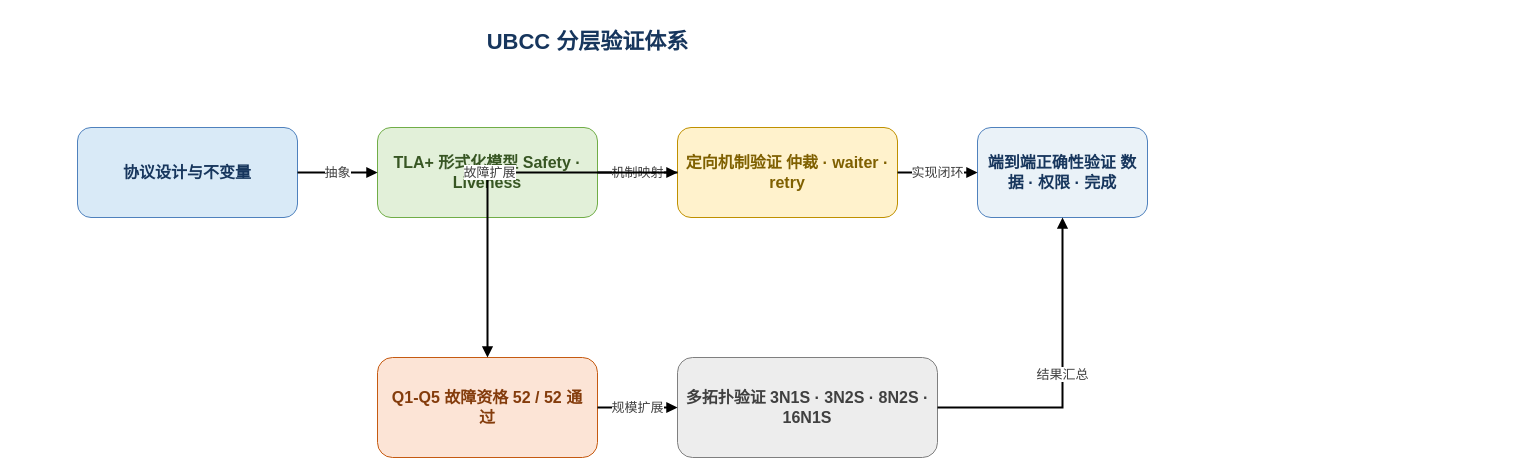
The draw.io diagram docs/design/figures/ubcc-verification-stack.drawio in harumaki-nadeshiko/cc-data, before the edit. Source tidied: cells renumbered, new cells numbered last; positions are measured from the earlier drawing's top-left corner, leaving out a move shared by most shapes. Both pictures are drawn from the tidied source at 100%, with x=0, y=0 at pixel (17, 17).
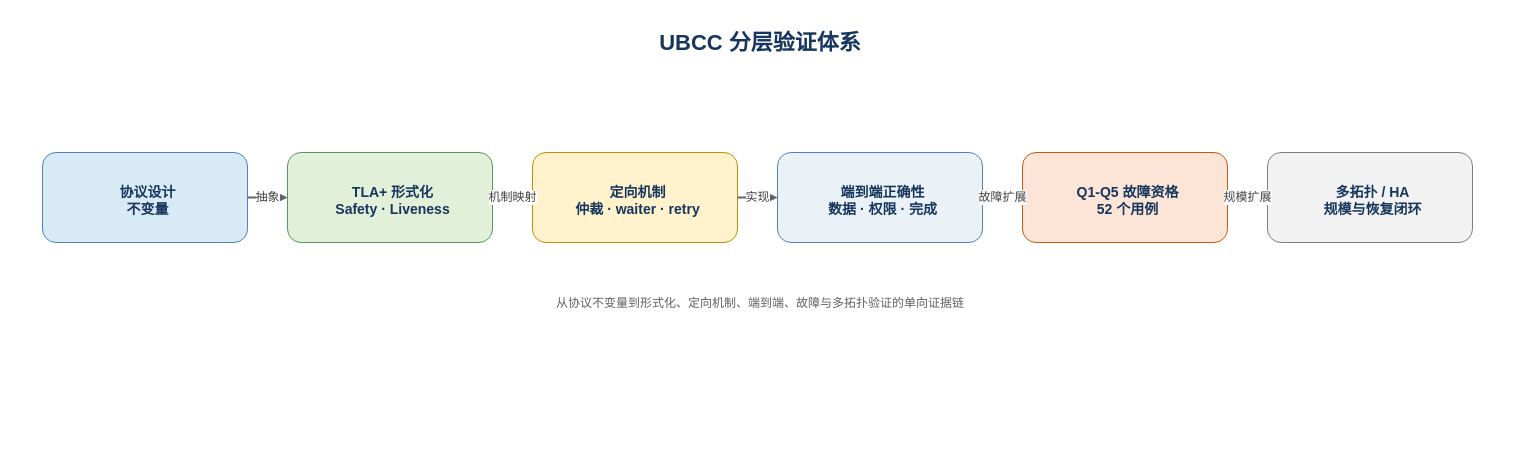
Above is the later version.

Diff of the diagram source:
```diff
@@
-<mxGraphModel>
+<mxGraphModel background="#FFFFFF">
   <root>
     <mxCell id="0" />
     <mxCell id="1" parent="0" />
-    <mxCell id="2" value="UBCC 分层验证体系" style="text;html=1;align=center;verticalAlign=middle;fontSize=22;fontStyle=1;fontColor=#17365D;" parent="1" vertex="1">
-      <mxGeometry width="1140" height="50" as="geometry" />
+    <mxCell id="2" value="UBCC 分层验证体系" style="rounded=0;whiteSpace=wrap;html=1;fillColor=#FFFFFF;strokeColor=none;fontColor=#17365D;fontSize=22;fontStyle=1;fontFamily=Microsoft YaHei;spacing=6;dashed=0;dashPattern=6 4;verticalAlign=middle;align=center;spacingTop=6;spacingLeft=6;" parent="1" vertex="1">
+      <mxGeometry width="1480" height="45" as="geometry" />
     </mxCell>
-    <mxCell id="3" value="协议设计与不变量" style="rounded=1;whiteSpace=wrap;html=1;fillColor=#D9EAF7;strokeColor=#4F81BD;fontColor=#17365D;fontSize=16;fontStyle=1;spacing=8;" parent="1" vertex="1">
-      <mxGeometry x="60" y="110" width="220" height="90" as="geometry" />
-    </mxCell>
-    <mxCell id="4" value="TLA+ 形式化模型 Safety · Liveness" style="rounded=1;whiteSpace=wrap;html=1;fillColor=#E2F0D9;strokeColor=#70AD47;fontColor=#375623;fontSize=16;fontStyle=1;spacing=8;" parent="1" vertex="1">
-      <mxGeometry x="360" y="110" width="220" height="90" as="geometry" />
-    </mxCell>
-    <mxCell id="5" value="定向机制验证 仲裁 · waiter · retry" style="rounded=1;whiteSpace=wrap;html=1;fillColor=#FFF2CC;strokeColor=#BF9000;fontColor=#7F6000;fontSize=16;fontStyle=1;spacing=8;" parent="1" vertex="1">
-      <mxGeometry x="660" y="110" width="220" height="90" as="geometry" />
-    </mxCell>
-    <mxCell id="6" value="端到端正确性验证 数据 · 权限 · 完成" style="rounded=1;whiteSpace=wrap;html=1;fillColor=#EAF2F8;strokeColor=#4F81BD;fontColor=#17365D;fontSize=16;fontStyle=1;spacing=8;" parent="1" vertex="1">
-      <mxGeometry x="960" y="110" width="170" height="90" as="geometry" />
-    </mxCell>
-    <mxCell id="7" value="Q1-Q5 故障资格 52 / 52 通过" style="rounded=1;whiteSpace=wrap;html=1;fillColor=#FCE4D6;strokeColor=#C55A11;fontColor=#843C0C;fontSize=16;fontStyle=1;spacing=8;" parent="1" vertex="1">
-      <mxGeometry x="360" y="340" width="220" height="100" as="geometry" />
-    </mxCell>
-    <mxCell id="8" value="多拓扑验证 3N1S · 3N2S · 8N2S · 16N1S" style="rounded=1;whiteSpace=wrap;html=1;fillColor=#EDEDED;strokeColor=#7F7F7F;fontColor=#404040;fontSize=16;fontStyle=1;spacing=8;" parent="1" vertex="1">
-      <mxGeometry x="660" y="340" width="260" height="100" as="geometry" />
-    </mxCell>
+    <mxCell id="15" value="协议设计&#10;不变量" style="rounded=1;whiteSpace=wrap;html=1;fillColor=#D9EAF7;strokeColor=#4F81BD;fontColor=#17365D;fontSize=14;fontStyle=1;fontFamily=Microsoft YaHei;spacing=6;dashed=0;dashPattern=6 4;verticalAlign=middle;align=center;spacingTop=6;spacingLeft=6;" parent="1" vertex="1">
+      <mxGeometry x="25" y="135" width="205" height="90" as="geometry" />
+    </mxCell>
+    <mxCell id="16" value="TLA+ 形式化&#10;Safety · Liveness" style="rounded=1;whiteSpace=wrap;html=1;fillColor=#E2F0D9;strokeColor=#57965C;fontColor=#17365D;fontSize=14;fontStyle=1;fontFamily=Microsoft YaHei;spacing=6;dashed=0;dashPattern=6 4;verticalAlign=middle;align=center;spacingTop=6;spacingLeft=6;" parent="1" vertex="1">
+      <mxGeometry x="270" y="135" width="205" height="90" as="geometry" />
+    </mxCell>
+    <mxCell id="17" value="定向机制&#10;仲裁 · waiter · retry" style="rounded=1;whiteSpace=wrap;html=1;fillColor=#FFF2CC;strokeColor=#BF9000;fontColor=#17365D;fontSize=14;fontStyle=1;fontFamily=Microsoft YaHei;spacing=6;dashed=0;dashPattern=6 4;verticalAlign=middle;align=center;spacingTop=6;spacingLeft=6;" parent="1" vertex="1">
+      <mxGeometry x="515" y="135" width="205" height="90" as="geometry" />
+    </mxCell>
+    <mxCell id="18" value="端到端正确性&#10;数据 · 权限 · 完成" style="rounded=1;whiteSpace=wrap;html=1;fillColor=#EAF2F8;strokeColor=#4F81BD;fontColor=#17365D;fontSize=14;fontStyle=1;fontFamily=Microsoft YaHei;spacing=6;dashed=0;dashPattern=6 4;verticalAlign=middle;align=center;spacingTop=6;spacingLeft=6;" parent="1" vertex="1">
+      <mxGeometry x="760" y="135" width="205" height="90" as="geometry" />
+    </mxCell>
+    <mxCell id="19" value="Q1-Q5 故障资格&#10;52 个用例" style="rounded=1;whiteSpace=wrap;html=1;fillColor=#FCE4D6;strokeColor=#C55A11;fontColor=#17365D;fontSize=14;fontStyle=1;fontFamily=Microsoft YaHei;spacing=6;dashed=0;dashPattern=6 4;verticalAlign=middle;align=center;spacingTop=6;spacingLeft=6;" parent="1" vertex="1">
+      <mxGeometry x="1005" y="135" width="205" height="90" as="geometry" />
+    </mxCell>
+    <mxCell id="20" value="多拓扑 / HA&#10;规模与恢复闭环" style="rounded=1;whiteSpace=wrap;html=1;fillColor=#F2F2F2;strokeColor=#7F7F7F;fontColor=#17365D;fontSize=14;fontStyle=1;fontFamily=Microsoft YaHei;spacing=6;dashed=0;dashPattern=6 4;verticalAlign=middle;align=center;spacingTop=6;spacingLeft=6;" parent="1" vertex="1">
+      <mxGeometry x="1250" y="135" width="205" height="90" as="geometry" />
+    </mxCell>
+    <mxCell id="21" value="从协议不变量到形式化、定向机制、端到端、故障与多拓扑验证的单向证据链" style="rounded=1;whiteSpace=wrap;html=1;fillColor=#FFFFFF;strokeColor=none;fontColor=#606060;fontSize=12;fontStyle=0;fontFamily=Microsoft YaHei;spacing=6;dashed=0;dashPattern=6 4;verticalAlign=middle;align=center;spacingTop=6;spacingLeft=6;" parent="1" vertex="1">
+      <mxGeometry x="50" y="265" width="1380" height="35" as="geometry" />
+    </mxCell>
-    <mxCell id="9" value="抽象" style="edgeStyle=orthogonalEdgeStyle;rounded=0;jettySize=auto;html=1;strokeWidth=2;endArrow=block;endFill=1;fontSize=13;fontColor=#404040;" parent="1" edge="1" source="3" target="4">
+    <mxCell id="9" value="抽象" style="edgeStyle=orthogonalEdgeStyle;rounded=0;jettySize=auto;html=1;strokeWidth=2.0;strokeColor=#5B6573;dashed=0;dashPattern=6 4;endArrow=block;endFill=1;startArrow=none;startFill=0;fontSize=12;fontColor=#404040;fontFamily=Microsoft YaHei;labelBackgroundColor=#FFFFFF;" parent="1" edge="1" source="15" target="16">
       <mxGeometry relative="1" as="geometry" />
     </mxCell>
-    <mxCell id="10" value="机制映射" style="edgeStyle=orthogonalEdgeStyle;rounded=0;jettySize=auto;html=1;strokeWidth=2;endArrow=block;endFill=1;fontSize=13;fontColor=#404040;" parent="1" edge="1" source="4" target="5">
+    <mxCell id="10" value="机制映射" style="edgeStyle=orthogonalEdgeStyle;rounded=0;jettySize=auto;html=1;strokeWidth=2.0;strokeColor=#5B6573;dashed=0;dashPattern=6 4;endArrow=block;endFill=1;startArrow=none;startFill=0;fontSize=12;fontColor=#404040;fontFamily=Microsoft YaHei;labelBackgroundColor=#FFFFFF;" parent="1" edge="1" source="16" target="17">
       <mxGeometry relative="1" as="geometry" />
     </mxCell>
-    <mxCell id="11" value="实现闭环" style="edgeStyle=orthogonalEdgeStyle;rounded=0;jettySize=auto;html=1;strokeWidth=2;endArrow=block;endFill=1;fontSize=13;fontColor=#404040;" parent="1" edge="1" source="5" target="6">
+    <mxCell id="11" value="实现" style="edgeStyle=orthogonalEdgeStyle;rounded=0;jettySize=auto;html=1;strokeWidth=2.0;strokeColor=#5B6573;dashed=0;dashPattern=6 4;endArrow=block;endFill=1;startArrow=none;startFill=0;fontSize=12;fontColor=#404040;fontFamily=Microsoft YaHei;labelBackgroundColor=#FFFFFF;" parent="1" edge="1" source="17" target="18">
       <mxGeometry relative="1" as="geometry" />
     </mxCell>
-    <mxCell id="12" value="故障扩展" style="edgeStyle=orthogonalEdgeStyle;rounded=0;jettySize=auto;html=1;strokeWidth=2;endArrow=block;endFill=1;fontSize=13;fontColor=#404040;" parent="1" edge="1" source="5" target="7">
+    <mxCell id="12" value="故障扩展" style="edgeStyle=orthogonalEdgeStyle;rounded=0;jettySize=auto;html=1;strokeWidth=2.0;strokeColor=#5B6573;dashed=0;dashPattern=6 4;endArrow=block;endFill=1;startArrow=none;startFill=0;fontSize=12;fontColor=#404040;fontFamily=Microsoft YaHei;labelBackgroundColor=#FFFFFF;" parent="1" edge="1" source="18" target="19">
       <mxGeometry relative="1" as="geometry" />
     </mxCell>
-    <mxCell id="13" value="规模扩展" style="edgeStyle=orthogonalEdgeStyle;rounded=0;jettySize=auto;html=1;strokeWidth=2;endArrow=block;endFill=1;fontSize=13;fontColor=#404040;" parent="1" edge="1" source="7" target="8">
+    <mxCell id="13" value="规模扩展" style="edgeStyle=orthogonalEdgeStyle;rounded=0;jettySize=auto;html=1;strokeWidth=2.0;strokeColor=#5B6573;dashed=0;dashPattern=6 4;endArrow=block;endFill=1;startArrow=none;startFill=0;fontSize=12;fontColor=#404040;fontFamily=Microsoft YaHei;labelBackgroundColor=#FFFFFF;" parent="1" edge="1" source="19" target="20">
       <mxGeometry relative="1" as="geometry" />
     </mxCell>
-    <mxCell id="14" value="结果汇总" style="edgeStyle=orthogonalEdgeStyle;rounded=0;jettySize=auto;html=1;strokeWidth=2;endArrow=block;endFill=1;fontSize=13;fontColor=#404040;" parent="1" edge="1" source="8" target="6">
-      <mxGeometry relative="1" as="geometry" />
-    </mxCell>
   </root>
 </mxGraphModel>
```
